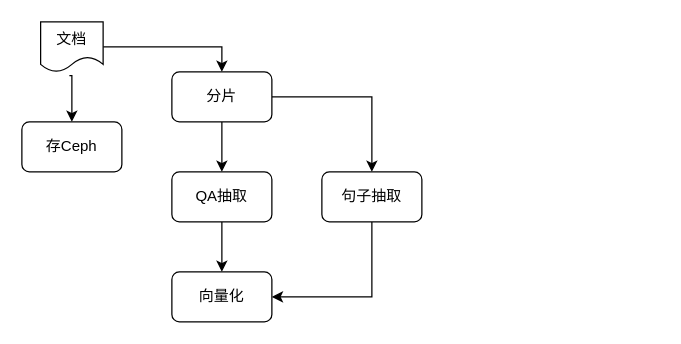
renzhan/drawio keeps this draw.io diagram as 文档QA.drawio. Above is the earlier version. Source tidied: cells renumbered, new cells numbered last; positions are measured from the earlier drawing's top-left corner, leaving out a move shared by most shapes. Both pictures are drawn from the tidied source at 125%, with x=0, y=0 at pixel (21, 21).
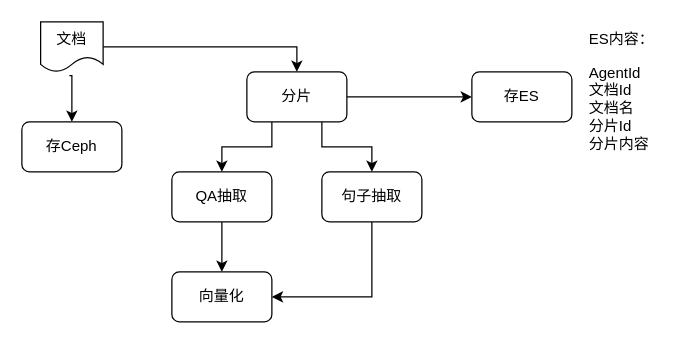
Above is the later version.

What changed in the source:
```diff
@@
 <mxGraphModel>
   <root>
     <mxCell id="0" />
     <mxCell id="1" parent="0" />
     <mxCell id="2" style="edgeStyle=orthogonalEdgeStyle;rounded=0;jettySize=auto;html=1;exitX=0.5;exitY=1;exitDx=0;exitDy=0;entryX=0.5;entryY=0;entryDx=0;entryDy=0;" parent="1" edge="1" source="3" target="12">
       <mxGeometry relative="1" as="geometry" />
     </mxCell>
     <mxCell id="3" value="QA抽取" style="rounded=1;whiteSpace=wrap;html=1;" parent="1" vertex="1">
       <mxGeometry x="120" y="120" width="80" height="40" as="geometry" />
     </mxCell>
     <mxCell id="4" style="edgeStyle=orthogonalEdgeStyle;rounded=0;jettySize=auto;html=1;exitX=0.46;exitY=1.075;exitDx=0;exitDy=0;entryX=0.5;entryY=0;entryDx=0;entryDy=0;exitPerimeter=0;" parent="1" edge="1" source="6" target="13">
       <mxGeometry relative="1" as="geometry">
         <Array as="points">
           <mxPoint x="40" y="43" />
         </Array>
       </mxGeometry>
     </mxCell>
     <mxCell id="5" style="edgeStyle=orthogonalEdgeStyle;rounded=0;jettySize=auto;html=1;exitX=1;exitY=0.5;exitDx=0;exitDy=0;entryX=0.5;entryY=0;entryDx=0;entryDy=0;" parent="1" edge="1" source="6" target="9">
       <mxGeometry relative="1" as="geometry" />
     </mxCell>
     <mxCell id="6" value="文档" style="shape=document;whiteSpace=wrap;html=1;boundedLbl=1;" parent="1" vertex="1">
       <mxGeometry x="15" width="50" height="40" as="geometry" />
     </mxCell>
-    <mxCell id="7" style="edgeStyle=orthogonalEdgeStyle;rounded=0;jettySize=auto;html=1;exitX=0.5;exitY=1;exitDx=0;exitDy=0;entryX=0.5;entryY=0;entryDx=0;entryDy=0;" parent="1" edge="1" source="9" target="3">
+    <mxCell id="7" style="edgeStyle=orthogonalEdgeStyle;rounded=0;jettySize=auto;html=1;exitX=0.25;exitY=1;exitDx=0;exitDy=0;entryX=0.5;entryY=0;entryDx=0;entryDy=0;" parent="1" edge="1" source="9" target="3">
       <mxGeometry relative="1" as="geometry" />
     </mxCell>
-    <mxCell id="8" style="edgeStyle=orthogonalEdgeStyle;rounded=0;jettySize=auto;html=1;exitX=1;exitY=0.5;exitDx=0;exitDy=0;" parent="1" edge="1" source="9" target="11">
+    <mxCell id="8" style="edgeStyle=orthogonalEdgeStyle;rounded=0;jettySize=auto;html=1;exitX=0.75;exitY=1;exitDx=0;exitDy=0;" parent="1" edge="1" source="9" target="11">
       <mxGeometry relative="1" as="geometry" />
     </mxCell>
+    <mxCell id="14" style="edgeStyle=orthogonalEdgeStyle;rounded=0;jettySize=auto;html=1;exitX=1;exitY=0.5;exitDx=0;exitDy=0;entryX=0;entryY=0.5;entryDx=0;entryDy=0;" parent="1" edge="1" source="9" target="15">
+      <mxGeometry relative="1" as="geometry" />
+    </mxCell>
     <mxCell id="9" value="分片" style="rounded=1;whiteSpace=wrap;html=1;" parent="1" vertex="1">
-      <mxGeometry x="120" y="40" width="80" height="40" as="geometry" />
+      <mxGeometry x="180" y="40" width="80" height="40" as="geometry" />
     </mxCell>
     <mxCell id="10" style="edgeStyle=orthogonalEdgeStyle;rounded=0;jettySize=auto;html=1;exitX=0.5;exitY=1;exitDx=0;exitDy=0;entryX=1;entryY=0.5;entryDx=0;entryDy=0;" parent="1" edge="1" source="11" target="12">
       <mxGeometry relative="1" as="geometry" />
     </mxCell>
     <mxCell id="11" value="句子抽取" style="rounded=1;whiteSpace=wrap;html=1;" parent="1" vertex="1">
       <mxGeometry x="240" y="120" width="80" height="40" as="geometry" />
     </mxCell>
     <mxCell id="12" value="向量化" style="rounded=1;whiteSpace=wrap;html=1;" parent="1" vertex="1">
       <mxGeometry x="120" y="200" width="80" height="40" as="geometry" />
     </mxCell>
     <mxCell id="13" value="存Ceph" style="rounded=1;whiteSpace=wrap;html=1;" parent="1" vertex="1">
       <mxGeometry y="80" width="80" height="40" as="geometry" />
     </mxCell>
+    <mxCell id="15" value="存ES" style="rounded=1;whiteSpace=wrap;html=1;" parent="1" vertex="1">
+      <mxGeometry x="360" y="40" width="80" height="40" as="geometry" />
+    </mxCell>
+    <mxCell id="16" value="ES内容：&lt;br&gt;&lt;p style=&quot;border-color: var(--border-color); text-align: left;&quot;&gt;AgentId&lt;br&gt;文档Id&lt;br style=&quot;border-color: var(--border-color); text-align: center;&quot;&gt;文档名&lt;br style=&quot;border-color: var(--border-color);&quot;&gt;分片Id&lt;br style=&quot;border-color: var(--border-color);&quot;&gt;分片内容&lt;/p&gt;&lt;p style=&quot;border-color: var(--border-color); text-align: left;&quot;&gt;&lt;span style=&quot;border-color: var(--border-color); text-align: center;&quot;&gt;&lt;br style=&quot;border-color: var(--border-color);&quot;&gt;&lt;/span&gt;&lt;/p&gt;" style="text;html=1;strokeColor=none;fillColor=none;align=center;verticalAlign=middle;whiteSpace=wrap;rounded=0;" parent="1" vertex="1">
+      <mxGeometry x="450" y="60" width="60" height="30" as="geometry" />
+    </mxCell>
   </root>
 </mxGraphModel>
```
